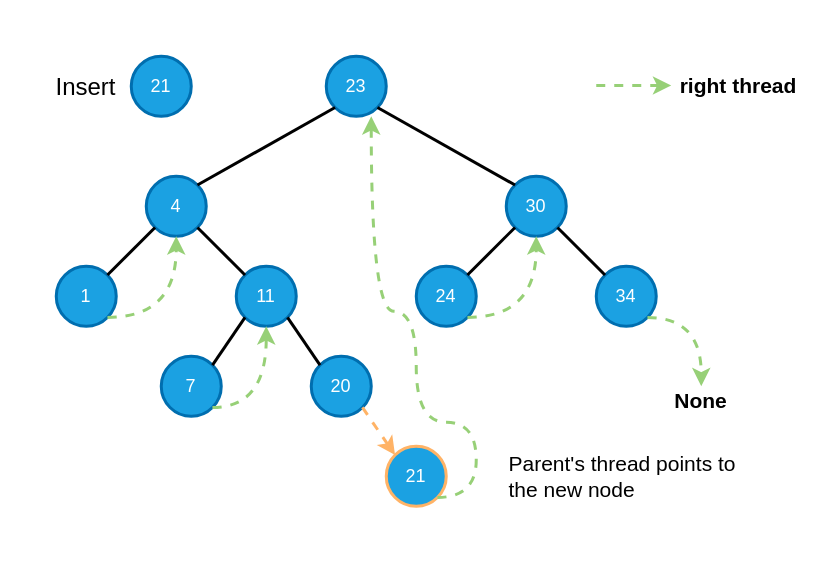
Before: page "05" (5 of 14) of diagrams/right_tbst_insert.drawio in shunsvineyard/pyforest, a draw.io diagram. Source tidied: cells renumbered, new cells numbered last; positions are measured from the earlier drawing's top-left corner, leaving out a move shared by most shapes. Both pictures are drawn from the tidied source at 150%, with x=0, y=0 at pixel (26, 26).
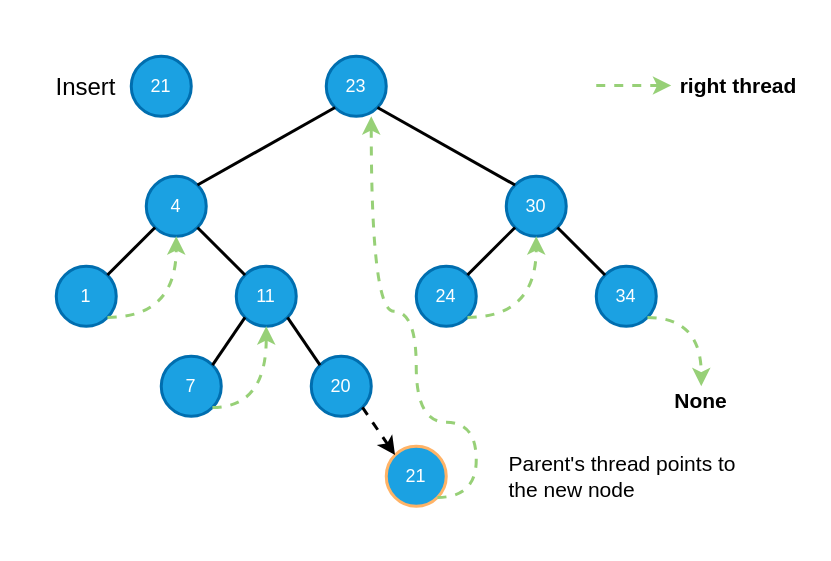
The same diagram, later.

Unchanged cells that the change refers to:
```xml
<mxCell id="11" value="20" style="ellipse;whiteSpace=wrap;html=1;strokeColor=#006EAF;strokeWidth=2;fillColor=#1ba1e2;fontColor=#ffffff;" parent="1" vertex="1">
  <mxGeometry x="190" y="220" width="40" height="40" as="geometry" />
</mxCell>
<mxCell id="29" value="21" style="ellipse;whiteSpace=wrap;html=1;strokeColor=#FFB366;strokeWidth=2;fillColor=#1ba1e2;fontColor=#ffffff;" parent="1" vertex="1">
  <mxGeometry x="240" y="280" width="40" height="40" as="geometry" />
</mxCell>
```

Diff of the diagram source:
```diff
@@
-    <mxCell id="31" style="endArrow=classic;html=1;dashed=1;strokeColor=#FFB366;strokeWidth=2;exitX=1;exitY=1;exitDx=0;exitDy=0;entryX=0;entryY=0;entryDx=0;entryDy=0;" parent="1" edge="1" source="11" target="29">
+    <mxCell id="31" style="endArrow=classic;html=1;dashed=1;strokeColor=#000000;strokeWidth=2;exitX=1;exitY=1;exitDx=0;exitDy=0;entryX=0;entryY=0;entryDx=0;entryDy=0;" parent="1" edge="1" source="11" target="29">
       <mxGeometry relative="1" as="geometry" />
     </mxCell>
```
